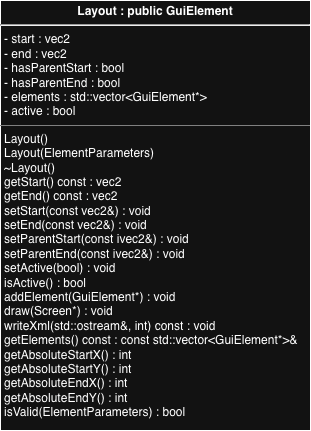
Earlier version of the draw.io export images/Milestone005_UML.png (cgreen2048/ArtHuddle). Source tidied: cells renumbered, new cells last; positions are measured from the earlier drawing's top-left corner, leaving out a move shared by most shapes.
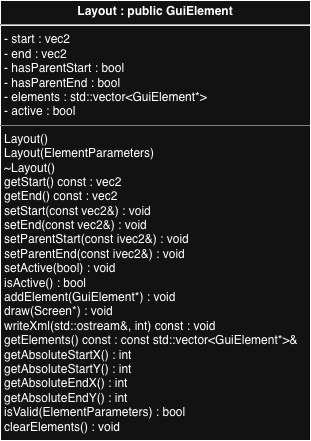
After the commit.

What changed in the source:
```diff
@@ -2,8 +2,8 @@
   <root>
     <mxCell id="0" />
     <mxCell id="1" parent="0" />
-    <mxCell id="2" value="&lt;p style=&quot;margin:0px;margin-top:4px;text-align:center;&quot;&gt;&lt;b&gt;Layout : public GuiElement&lt;/b&gt;&lt;/p&gt;&lt;hr&gt;&lt;p style=&quot;margin:0px;margin-left:4px;&quot;&gt;- start : vec2&lt;/p&gt;&lt;p style=&quot;margin:0px;margin-left:4px;&quot;&gt;- end : vec2&lt;/p&gt;&lt;p style=&quot;margin:0px;margin-left:4px;&quot;&gt;- hasParentStart : bool&lt;/p&gt;&lt;p style=&quot;margin:0px;margin-left:4px;&quot;&gt;- hasParentEnd : bool&lt;/p&gt;&lt;p style=&quot;margin:0px;margin-left:4px;&quot;&gt;- elements : std::vector&amp;lt;GuiElement*&amp;gt;&lt;/p&gt;&lt;p style=&quot;margin:0px;margin-left:4px;&quot;&gt;- active : bool&lt;/p&gt;&lt;hr size=&quot;1&quot; style=&quot;border-style:solid;&quot;&gt;&lt;p style=&quot;margin:0px;margin-left:4px;&quot;&gt;Layout()&lt;/p&gt;&lt;p style=&quot;margin:0px;margin-left:4px;&quot;&gt;Layout(ElementParameters)&lt;/p&gt;&lt;p style=&quot;margin:0px;margin-left:4px;&quot;&gt;~Layout()&lt;/p&gt;&lt;p style=&quot;margin:0px;margin-left:4px;&quot;&gt;getStart() const : vec2&lt;/p&gt;&lt;p style=&quot;margin:0px;margin-left:4px;&quot;&gt;getEnd() const&lt;span style=&quot;background-color: transparent; color: light-dark(rgb(0, 0, 0), rgb(255, 255, 255));&quot;&gt;&amp;nbsp;&lt;/span&gt;&lt;span style=&quot;background-color: transparent; color: light-dark(rgb(0, 0, 0), rgb(255, 255, 255));&quot;&gt;: vec2&lt;/span&gt;&lt;/p&gt;&lt;p style=&quot;margin:0px;margin-left:4px;&quot;&gt;setStart(const vec2&amp;amp;) :&amp;nbsp;&lt;span style=&quot;background-color: transparent; color: light-dark(rgb(0, 0, 0), rgb(255, 255, 255));&quot;&gt;void&lt;/span&gt;&lt;/p&gt;&lt;p style=&quot;margin:0px;margin-left:4px;&quot;&gt;setEnd(const vec2&amp;amp;)&lt;span style=&quot;background-color: transparent; color: light-dark(rgb(0, 0, 0), rgb(255, 255, 255));&quot;&gt;&amp;nbsp;&lt;/span&gt;&lt;span style=&quot;background-color: transparent; color: light-dark(rgb(0, 0, 0), rgb(255, 255, 255));&quot;&gt;:&amp;nbsp;&lt;/span&gt;&lt;span style=&quot;background-color: transparent; color: light-dark(rgb(0, 0, 0), rgb(255, 255, 255));&quot;&gt;void&lt;/span&gt;&lt;/p&gt;&lt;p style=&quot;margin:0px;margin-left:4px;&quot;&gt;setParentStart(const ivec2&amp;amp;)&lt;span style=&quot;background-color: transparent; color: light-dark(rgb(0, 0, 0), rgb(255, 255, 255));&quot;&gt;&amp;nbsp;&lt;/span&gt;&lt;span style=&quot;background-color: transparent; color: light-dark(rgb(0, 0, 0), rgb(255, 255, 255));&quot;&gt;:&amp;nbsp;&lt;/span&gt;&lt;span style=&quot;background-color: transparent; color: light-dark(rgb(0, 0, 0), rgb(255, 255, 255));&quot;&gt;void&lt;/span&gt;&lt;/p&gt;&lt;p style=&quot;margin:0px;margin-left:4px;&quot;&gt;setParentEnd(const ivec2&amp;amp;)&lt;span style=&quot;background-color: transparent; color: light-dark(rgb(0, 0, 0), rgb(255, 255, 255));&quot;&gt;&amp;nbsp;&lt;/span&gt;&lt;span style=&quot;background-color: transparent; color: light-dark(rgb(0, 0, 0), rgb(255, 255, 255));&quot;&gt;:&amp;nbsp;&lt;/span&gt;&lt;span style=&quot;background-color: transparent; color: light-dark(rgb(0, 0, 0), rgb(255, 255, 255));&quot;&gt;void&lt;/span&gt;&lt;/p&gt;&lt;p style=&quot;margin:0px;margin-left:4px;&quot;&gt;setActive(bool)&lt;span style=&quot;background-color: transparent; color: light-dark(rgb(0, 0, 0), rgb(255, 255, 255));&quot;&gt;&amp;nbsp;&lt;/span&gt;&lt;span style=&quot;background-color: transparent; color: light-dark(rgb(0, 0, 0), rgb(255, 255, 255));&quot;&gt;:&amp;nbsp;&lt;/span&gt;&lt;span style=&quot;background-color: transparent; color: light-dark(rgb(0, 0, 0), rgb(255, 255, 255));&quot;&gt;void&lt;/span&gt;&lt;/p&gt;&lt;p style=&quot;margin:0px;margin-left:4px;&quot;&gt;isActive() : bool&lt;/p&gt;&lt;p style=&quot;margin:0px;margin-left:4px;&quot;&gt;addElement(GuiElement*)&lt;span style=&quot;background-color: transparent; color: light-dark(rgb(0, 0, 0), rgb(255, 255, 255));&quot;&gt;&amp;nbsp;&lt;/span&gt;&lt;span style=&quot;background-color: transparent; color: light-dark(rgb(0, 0, 0), rgb(255, 255, 255));&quot;&gt;:&amp;nbsp;&lt;/span&gt;&lt;span style=&quot;background-color: transparent; color: light-dark(rgb(0, 0, 0), rgb(255, 255, 255));&quot;&gt;void&lt;/span&gt;&lt;/p&gt;&lt;p style=&quot;margin:0px;margin-left:4px;&quot;&gt;draw(Screen*)&lt;span style=&quot;background-color: transparent; color: light-dark(rgb(0, 0, 0), rgb(255, 255, 255));&quot;&gt;&amp;nbsp;&lt;/span&gt;&lt;span style=&quot;background-color: transparent; color: light-dark(rgb(0, 0, 0), rgb(255, 255, 255));&quot;&gt;:&amp;nbsp;&lt;/span&gt;&lt;span style=&quot;background-color: transparent; color: light-dark(rgb(0, 0, 0), rgb(255, 255, 255));&quot;&gt;void&lt;/span&gt;&lt;/p&gt;&lt;p style=&quot;margin:0px;margin-left:4px;&quot;&gt;writeXml(std::ostream&amp;amp;, int) const&lt;span style=&quot;background-color: transparent; color: light-dark(rgb(0, 0, 0), rgb(255, 255, 255));&quot;&gt;&amp;nbsp;&lt;/span&gt;&lt;span style=&quot;background-color: transparent; color: light-dark(rgb(0, 0, 0), rgb(255, 255, 255));&quot;&gt;:&amp;nbsp;&lt;/span&gt;&lt;span style=&quot;background-color: transparent; color: light-dark(rgb(0, 0, 0), rgb(255, 255, 255));&quot;&gt;void&lt;/span&gt;&lt;/p&gt;&lt;p style=&quot;margin:0px;margin-left:4px;&quot;&gt;getElements() const :&amp;nbsp;&lt;span style=&quot;background-color: transparent; color: light-dark(rgb(0, 0, 0), rgb(255, 255, 255));&quot;&gt;const std::vector&amp;lt;GuiElement*&amp;gt;&amp;amp;&lt;/span&gt;&lt;/p&gt;&lt;p style=&quot;margin:0px;margin-left:4px;&quot;&gt;getAbsoluteStartX() : int&lt;/p&gt;&lt;p style=&quot;margin:0px;margin-left:4px;&quot;&gt;getAbsoluteStartY()&lt;span style=&quot;background-color: transparent; color: light-dark(rgb(0, 0, 0), rgb(255, 255, 255));&quot;&gt;&amp;nbsp;&lt;/span&gt;&lt;span style=&quot;background-color: transparent; color: light-dark(rgb(0, 0, 0), rgb(255, 255, 255));&quot;&gt;: int&lt;/span&gt;&lt;/p&gt;&lt;p style=&quot;margin:0px;margin-left:4px;&quot;&gt;getAbsoluteEndX()&lt;span style=&quot;background-color: transparent; color: light-dark(rgb(0, 0, 0), rgb(255, 255, 255));&quot;&gt;&amp;nbsp;&lt;/span&gt;&lt;span style=&quot;background-color: transparent; color: light-dark(rgb(0, 0, 0), rgb(255, 255, 255));&quot;&gt;: int&lt;/span&gt;&lt;/p&gt;&lt;p style=&quot;margin:0px;margin-left:4px;&quot;&gt;getAbsoluteEndY()&lt;span style=&quot;background-color: transparent; color: light-dark(rgb(0, 0, 0), rgb(255, 255, 255));&quot;&gt;&amp;nbsp;&lt;/span&gt;&lt;span style=&quot;background-color: transparent; color: light-dark(rgb(0, 0, 0), rgb(255, 255, 255));&quot;&gt;: int&lt;/span&gt;&lt;/p&gt;&lt;p style=&quot;margin:0px;margin-left:4px;&quot;&gt;isValid(ElementParameters) : bool&lt;/p&gt;" style="verticalAlign=top;align=left;overflow=fill;html=1;whiteSpace=wrap;" parent="1" vertex="1">
-      <mxGeometry width="310" height="430" as="geometry" />
+    <mxCell id="2" value="&lt;p style=&quot;margin:0px;margin-top:4px;text-align:center;&quot;&gt;&lt;b&gt;Layout : public GuiElement&lt;/b&gt;&lt;/p&gt;&lt;hr&gt;&lt;p style=&quot;margin:0px;margin-left:4px;&quot;&gt;- start : vec2&lt;/p&gt;&lt;p style=&quot;margin:0px;margin-left:4px;&quot;&gt;- end : vec2&lt;/p&gt;&lt;p style=&quot;margin:0px;margin-left:4px;&quot;&gt;- hasParentStart : bool&lt;/p&gt;&lt;p style=&quot;margin:0px;margin-left:4px;&quot;&gt;- hasParentEnd : bool&lt;/p&gt;&lt;p style=&quot;margin:0px;margin-left:4px;&quot;&gt;- elements : std::vector&amp;lt;GuiElement*&amp;gt;&lt;/p&gt;&lt;p style=&quot;margin:0px;margin-left:4px;&quot;&gt;- active : bool&lt;/p&gt;&lt;hr size=&quot;1&quot; style=&quot;border-style:solid;&quot;&gt;&lt;p style=&quot;margin:0px;margin-left:4px;&quot;&gt;Layout()&lt;/p&gt;&lt;p style=&quot;margin:0px;margin-left:4px;&quot;&gt;Layout(ElementParameters)&lt;/p&gt;&lt;p style=&quot;margin:0px;margin-left:4px;&quot;&gt;~Layout()&lt;/p&gt;&lt;p style=&quot;margin:0px;margin-left:4px;&quot;&gt;getStart() const : vec2&lt;/p&gt;&lt;p style=&quot;margin:0px;margin-left:4px;&quot;&gt;getEnd() const&lt;span style=&quot;background-color: transparent; color: light-dark(rgb(0, 0, 0), rgb(255, 255, 255));&quot;&gt;&amp;nbsp;&lt;/span&gt;&lt;span style=&quot;background-color: transparent; color: light-dark(rgb(0, 0, 0), rgb(255, 255, 255));&quot;&gt;: vec2&lt;/span&gt;&lt;/p&gt;&lt;p style=&quot;margin:0px;margin-left:4px;&quot;&gt;setStart(const vec2&amp;amp;) :&amp;nbsp;&lt;span style=&quot;background-color: transparent; color: light-dark(rgb(0, 0, 0), rgb(255, 255, 255));&quot;&gt;void&lt;/span&gt;&lt;/p&gt;&lt;p style=&quot;margin:0px;margin-left:4px;&quot;&gt;setEnd(const vec2&amp;amp;)&lt;span style=&quot;background-color: transparent; color: light-dark(rgb(0, 0, 0), rgb(255, 255, 255));&quot;&gt;&amp;nbsp;&lt;/span&gt;&lt;span style=&quot;background-color: transparent; color: light-dark(rgb(0, 0, 0), rgb(255, 255, 255));&quot;&gt;:&amp;nbsp;&lt;/span&gt;&lt;span style=&quot;background-color: transparent; color: light-dark(rgb(0, 0, 0), rgb(255, 255, 255));&quot;&gt;void&lt;/span&gt;&lt;/p&gt;&lt;p style=&quot;margin:0px;margin-left:4px;&quot;&gt;setParentStart(const ivec2&amp;amp;)&lt;span style=&quot;background-color: transparent; color: light-dark(rgb(0, 0, 0), rgb(255, 255, 255));&quot;&gt;&amp;nbsp;&lt;/span&gt;&lt;span style=&quot;background-color: transparent; color: light-dark(rgb(0, 0, 0), rgb(255, 255, 255));&quot;&gt;:&amp;nbsp;&lt;/span&gt;&lt;span style=&quot;background-color: transparent; color: light-dark(rgb(0, 0, 0), rgb(255, 255, 255));&quot;&gt;void&lt;/span&gt;&lt;/p&gt;&lt;p style=&quot;margin:0px;margin-left:4px;&quot;&gt;setParentEnd(const ivec2&amp;amp;)&lt;span style=&quot;background-color: transparent; color: light-dark(rgb(0, 0, 0), rgb(255, 255, 255));&quot;&gt;&amp;nbsp;&lt;/span&gt;&lt;span style=&quot;background-color: transparent; color: light-dark(rgb(0, 0, 0), rgb(255, 255, 255));&quot;&gt;:&amp;nbsp;&lt;/span&gt;&lt;span style=&quot;background-color: transparent; color: light-dark(rgb(0, 0, 0), rgb(255, 255, 255));&quot;&gt;void&lt;/span&gt;&lt;/p&gt;&lt;p style=&quot;margin:0px;margin-left:4px;&quot;&gt;setActive(bool)&lt;span style=&quot;background-color: transparent; color: light-dark(rgb(0, 0, 0), rgb(255, 255, 255));&quot;&gt;&amp;nbsp;&lt;/span&gt;&lt;span style=&quot;background-color: transparent; color: light-dark(rgb(0, 0, 0), rgb(255, 255, 255));&quot;&gt;:&amp;nbsp;&lt;/span&gt;&lt;span style=&quot;background-color: transparent; color: light-dark(rgb(0, 0, 0), rgb(255, 255, 255));&quot;&gt;void&lt;/span&gt;&lt;/p&gt;&lt;p style=&quot;margin:0px;margin-left:4px;&quot;&gt;isActive() : bool&lt;/p&gt;&lt;p style=&quot;margin:0px;margin-left:4px;&quot;&gt;addElement(GuiElement*)&lt;span style=&quot;background-color: transparent; color: light-dark(rgb(0, 0, 0), rgb(255, 255, 255));&quot;&gt;&amp;nbsp;&lt;/span&gt;&lt;span style=&quot;background-color: transparent; color: light-dark(rgb(0, 0, 0), rgb(255, 255, 255));&quot;&gt;:&amp;nbsp;&lt;/span&gt;&lt;span style=&quot;background-color: transparent; color: light-dark(rgb(0, 0, 0), rgb(255, 255, 255));&quot;&gt;void&lt;/span&gt;&lt;/p&gt;&lt;p style=&quot;margin:0px;margin-left:4px;&quot;&gt;draw(Screen*)&lt;span style=&quot;background-color: transparent; color: light-dark(rgb(0, 0, 0), rgb(255, 255, 255));&quot;&gt;&amp;nbsp;&lt;/span&gt;&lt;span style=&quot;background-color: transparent; color: light-dark(rgb(0, 0, 0), rgb(255, 255, 255));&quot;&gt;:&amp;nbsp;&lt;/span&gt;&lt;span style=&quot;background-color: transparent; color: light-dark(rgb(0, 0, 0), rgb(255, 255, 255));&quot;&gt;void&lt;/span&gt;&lt;/p&gt;&lt;p style=&quot;margin:0px;margin-left:4px;&quot;&gt;writeXml(std::ostream&amp;amp;, int) const&lt;span style=&quot;background-color: transparent; color: light-dark(rgb(0, 0, 0), rgb(255, 255, 255));&quot;&gt;&amp;nbsp;&lt;/span&gt;&lt;span style=&quot;background-color: transparent; color: light-dark(rgb(0, 0, 0), rgb(255, 255, 255));&quot;&gt;:&amp;nbsp;&lt;/span&gt;&lt;span style=&quot;background-color: transparent; color: light-dark(rgb(0, 0, 0), rgb(255, 255, 255));&quot;&gt;void&lt;/span&gt;&lt;/p&gt;&lt;p style=&quot;margin:0px;margin-left:4px;&quot;&gt;getElements() const :&amp;nbsp;&lt;span style=&quot;background-color: transparent; color: light-dark(rgb(0, 0, 0), rgb(255, 255, 255));&quot;&gt;const std::vector&amp;lt;GuiElement*&amp;gt;&amp;amp;&lt;/span&gt;&lt;/p&gt;&lt;p style=&quot;margin:0px;margin-left:4px;&quot;&gt;getAbsoluteStartX() : int&lt;/p&gt;&lt;p style=&quot;margin:0px;margin-left:4px;&quot;&gt;getAbsoluteStartY()&lt;span style=&quot;background-color: transparent; color: light-dark(rgb(0, 0, 0), rgb(255, 255, 255));&quot;&gt;&amp;nbsp;&lt;/span&gt;&lt;span style=&quot;background-color: transparent; color: light-dark(rgb(0, 0, 0), rgb(255, 255, 255));&quot;&gt;: int&lt;/span&gt;&lt;/p&gt;&lt;p style=&quot;margin:0px;margin-left:4px;&quot;&gt;getAbsoluteEndX()&lt;span style=&quot;background-color: transparent; color: light-dark(rgb(0, 0, 0), rgb(255, 255, 255));&quot;&gt;&amp;nbsp;&lt;/span&gt;&lt;span style=&quot;background-color: transparent; color: light-dark(rgb(0, 0, 0), rgb(255, 255, 255));&quot;&gt;: int&lt;/span&gt;&lt;/p&gt;&lt;p style=&quot;margin:0px;margin-left:4px;&quot;&gt;getAbsoluteEndY()&lt;span style=&quot;background-color: transparent; color: light-dark(rgb(0, 0, 0), rgb(255, 255, 255));&quot;&gt;&amp;nbsp;&lt;/span&gt;&lt;span style=&quot;background-color: transparent; color: light-dark(rgb(0, 0, 0), rgb(255, 255, 255));&quot;&gt;: int&lt;/span&gt;&lt;/p&gt;&lt;p style=&quot;margin:0px;margin-left:4px;&quot;&gt;isValid(ElementParameters) : bool&lt;/p&gt;&lt;p style=&quot;margin:0px;margin-left:4px;&quot;&gt;clearElements() : void&lt;/p&gt;" style="verticalAlign=top;align=left;overflow=fill;html=1;whiteSpace=wrap;" parent="1" vertex="1">
+      <mxGeometry width="310" height="440" as="geometry" />
     </mxCell>
   </root>
 </mxGraphModel>
```
